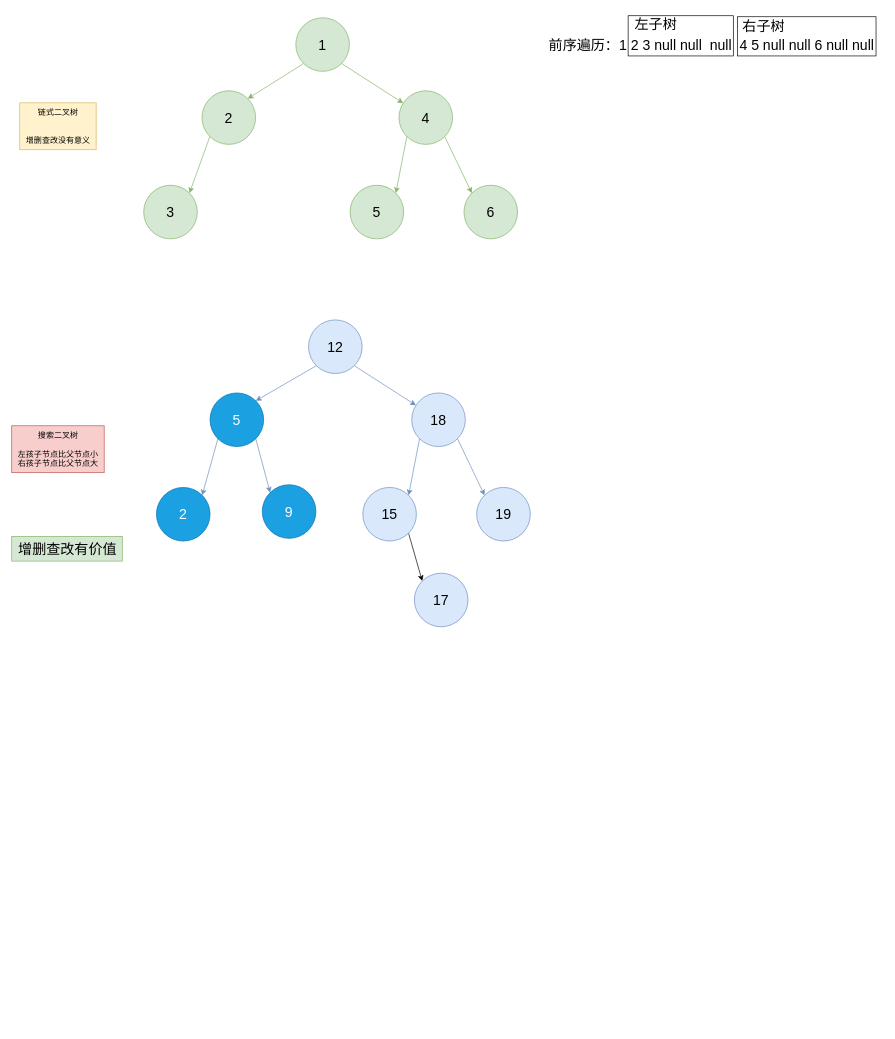
Earlier version of the draw.io diagram 图片/drawio/链式二叉树.drawio (haohaoguo-666/C_Code). Source tidied: cells renumbered, new cells numbered last; positions are measured from the earlier drawing's top-left corner, leaving out a move shared by most shapes. Both pictures are drawn from the tidied source at 67%, with x=0, y=0 at pixel (11, 11).
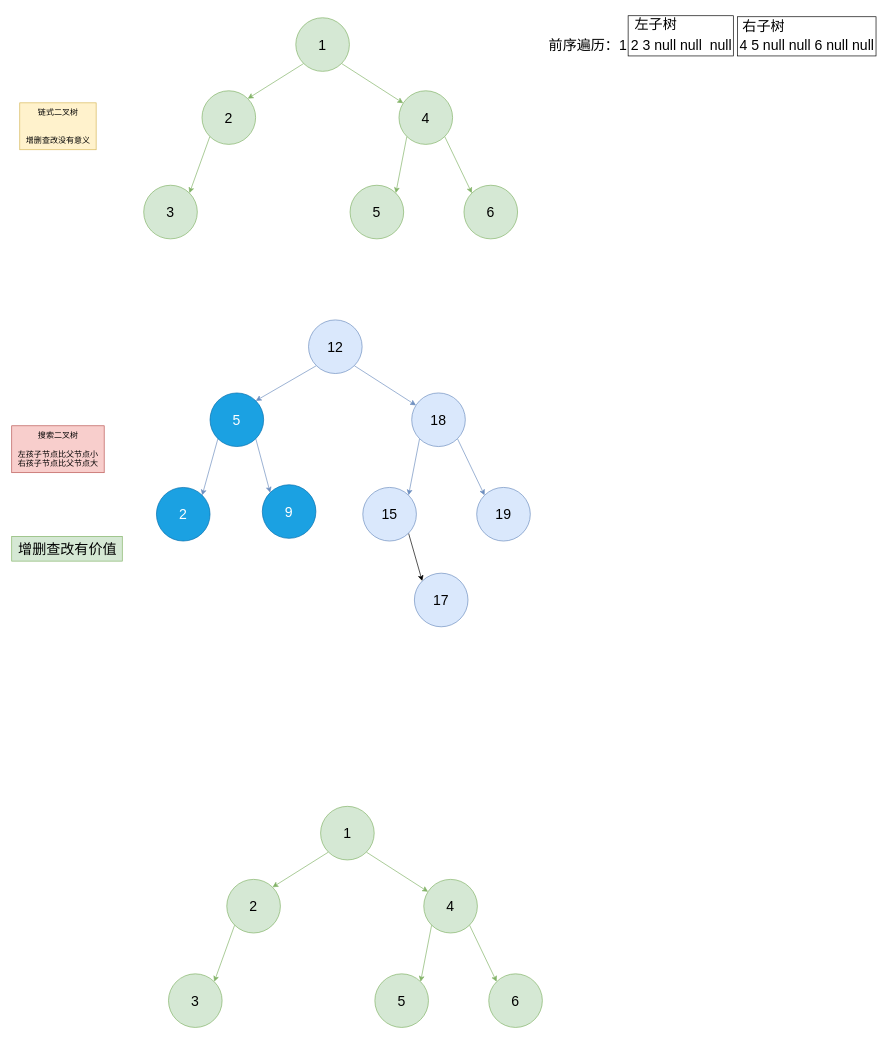
The same page after the edit.

What changed in the source:
```diff
@@
+    <mxCell id="36" style="rounded=0;jettySize=auto;html=1;exitX=0;exitY=1;exitDx=0;exitDy=0;entryX=1;entryY=0;entryDx=0;entryDy=0;fillColor=#d5e8d4;strokeColor=#82b366;fontSize=21;" parent="1" edge="1" source="38" target="40">
+      <mxGeometry relative="1" as="geometry" />
+    </mxCell>
+    <mxCell id="37" style="edgeStyle=none;rounded=0;jettySize=auto;html=1;exitX=1;exitY=1;exitDx=0;exitDy=0;fillColor=#d5e8d4;strokeColor=#82b366;fontSize=21;" parent="1" edge="1" source="38" target="43">
+      <mxGeometry relative="1" as="geometry" />
+    </mxCell>
+    <mxCell id="38" value="1" style="ellipse;whiteSpace=wrap;html=1;fillColor=#d5e8d4;strokeColor=#82b366;fontSize=21;" parent="1" vertex="1">
+      <mxGeometry x="461" y="1186" width="80" height="80" as="geometry" />
+    </mxCell>
+    <mxCell id="39" style="edgeStyle=none;rounded=0;jettySize=auto;html=1;exitX=0;exitY=1;exitDx=0;exitDy=0;entryX=1;entryY=0;entryDx=0;entryDy=0;fillColor=#d5e8d4;strokeColor=#82b366;fontSize=21;" parent="1" edge="1" source="40" target="44">
+      <mxGeometry relative="1" as="geometry" />
+    </mxCell>
+    <mxCell id="40" value="2" style="ellipse;whiteSpace=wrap;html=1;fillColor=#d5e8d4;strokeColor=#82b366;fontSize=21;" parent="1" vertex="1">
+      <mxGeometry x="321" y="1295" width="80" height="80" as="geometry" />
+    </mxCell>
+    <mxCell id="41" style="edgeStyle=none;rounded=0;jettySize=auto;html=1;exitX=0;exitY=1;exitDx=0;exitDy=0;entryX=1;entryY=0;entryDx=0;entryDy=0;fillColor=#d5e8d4;strokeColor=#82b366;fontSize=21;" parent="1" edge="1" source="43" target="45">
+      <mxGeometry relative="1" as="geometry" />
+    </mxCell>
+    <mxCell id="42" style="edgeStyle=none;rounded=0;jettySize=auto;html=1;exitX=1;exitY=1;exitDx=0;exitDy=0;entryX=0;entryY=0;entryDx=0;entryDy=0;fillColor=#d5e8d4;strokeColor=#82b366;fontSize=21;" parent="1" edge="1" source="43" target="46">
+      <mxGeometry relative="1" as="geometry" />
+    </mxCell>
+    <mxCell id="43" value="4" style="ellipse;whiteSpace=wrap;html=1;fillColor=#d5e8d4;strokeColor=#82b366;fontSize=21;" parent="1" vertex="1">
+      <mxGeometry x="615" y="1295" width="80" height="80" as="geometry" />
+    </mxCell>
+    <mxCell id="44" value="3" style="ellipse;whiteSpace=wrap;html=1;fillColor=#d5e8d4;strokeColor=#82b366;fontSize=21;" parent="1" vertex="1">
+      <mxGeometry x="234" y="1436" width="80" height="80" as="geometry" />
+    </mxCell>
+    <mxCell id="45" value="5" style="ellipse;whiteSpace=wrap;html=1;fillColor=#d5e8d4;strokeColor=#82b366;fontSize=21;" parent="1" vertex="1">
+      <mxGeometry x="542" y="1436" width="80" height="80" as="geometry" />
+    </mxCell>
+    <mxCell id="46" value="6" style="ellipse;whiteSpace=wrap;html=1;fillColor=#d5e8d4;strokeColor=#82b366;fontSize=21;" parent="1" vertex="1">
+      <mxGeometry x="712" y="1436" width="80" height="80" as="geometry" />
+    </mxCell>
```
